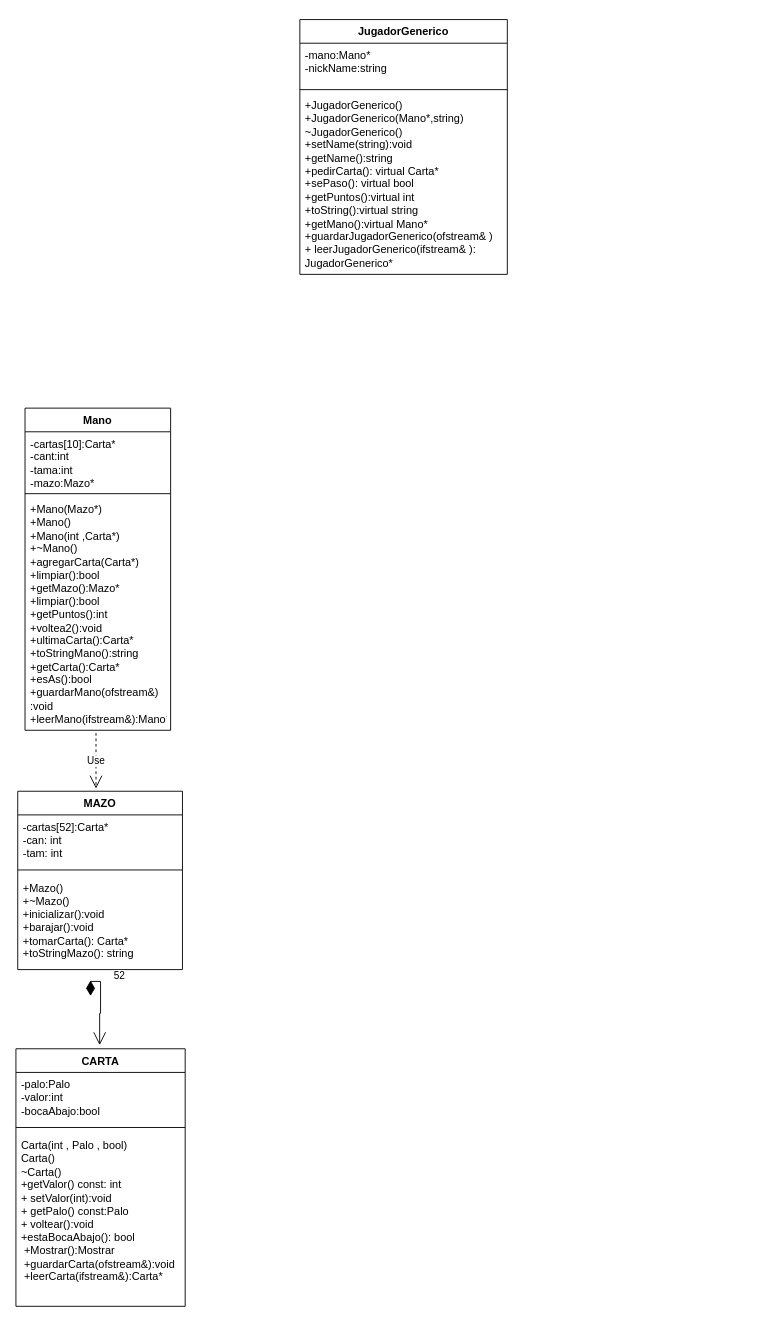
Before: page "Page-1" (1 of 2) of Proyecto p1 Blackjack/Diagrama sin título.drawio in KathSSs/Proyecto-p1-Blackjack, a draw.io diagram. Source tidied: cells renumbered, new cells numbered last; positions are measured from the earlier drawing's top-left corner, leaving out a move shared by most shapes. Both pictures are drawn from the tidied source at 91%, with x=0, y=0 at pixel (15, 19).
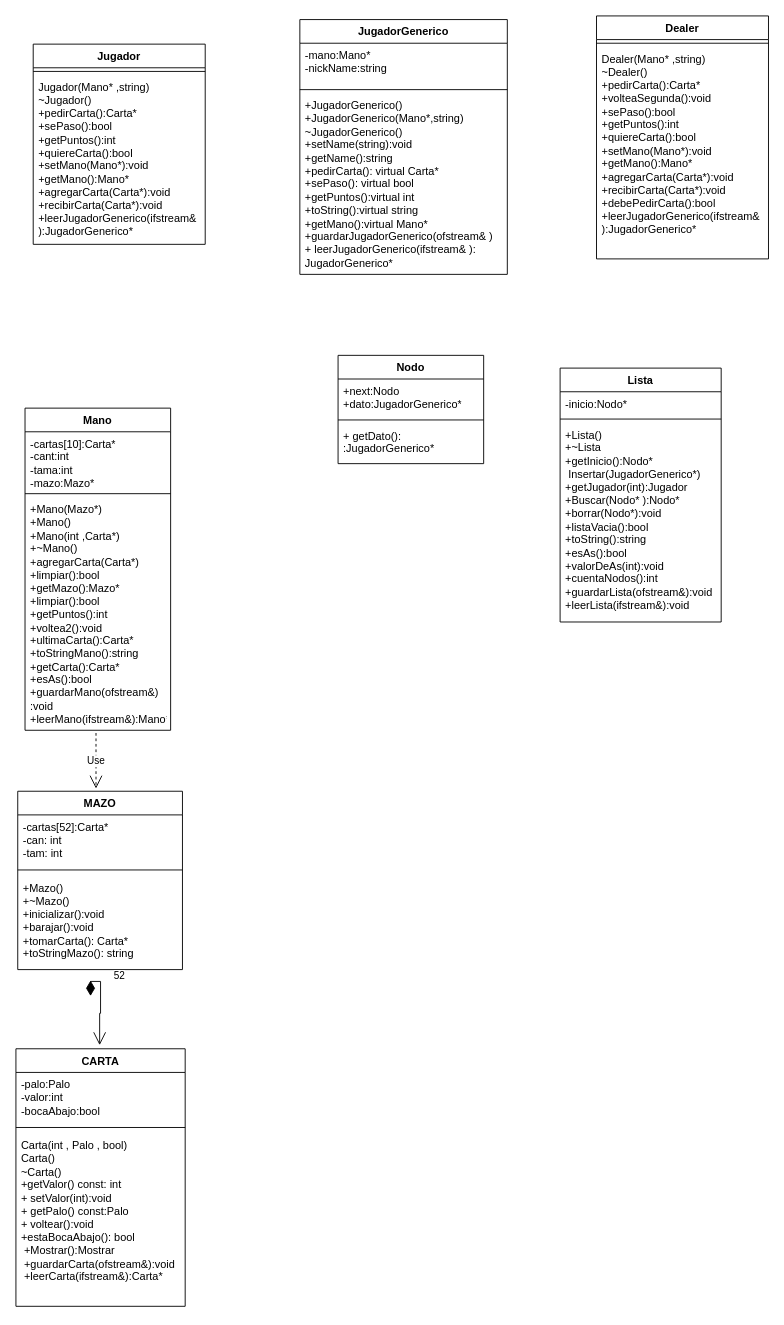
The same page after the edit.

Change to the diagram source:
```diff
@@
+    <mxCell id="20" value="Jugador" style="swimlane;fontStyle=1;align=center;verticalAlign=top;horizontal=1;startSize=26;whiteSpace=wrap;html=1;" parent="1" vertex="1">
+      <mxGeometry x="19" y="27" width="189" height="220" as="geometry" />
+    </mxCell>
+    <mxCell id="21" style="line;strokeWidth=1;fillColor=none;align=left;verticalAlign=middle;spacingTop=-1;spacingLeft=3;spacingRight=3;labelPosition=right;strokeColor=inherit;" parent="20" vertex="1">
+      <mxGeometry y="26" width="189" height="8" as="geometry" />
+    </mxCell>
+    <mxCell id="22" value="&lt;div&gt;Jugador(Mano* ,string)&lt;/div&gt;&lt;div&gt;~Jugador()&lt;/div&gt;&lt;div&gt;+pedirCarta():Carta*&lt;/div&gt;&lt;div&gt;+sePaso():bool&lt;/div&gt;&lt;div&gt;+getPuntos():int&lt;/div&gt;&lt;div&gt;+quiereCarta():bool&lt;/div&gt;&lt;div&gt;+setMano(Mano*):void&lt;/div&gt;&lt;div&gt;+getMano():Mano*&amp;nbsp;&lt;/div&gt;&lt;div&gt;+agregarCarta(Carta*):void&lt;/div&gt;&lt;div&gt;+recibirCarta(Carta*):void&lt;/div&gt;&lt;div&gt;+leerJugadorGenerico(ifstream&amp;amp; ):JugadorGenerico*&lt;/div&gt;&amp;nbsp;" style="text;strokeColor=none;fillColor=none;align=left;verticalAlign=top;spacingLeft=4;spacingRight=4;overflow=hidden;whiteSpace=wrap;html=1;" parent="20" vertex="1">
+      <mxGeometry y="34" width="189" height="186" as="geometry" />
+    </mxCell>
+    <mxCell id="23" value="Dealer" style="swimlane;fontStyle=1;align=center;verticalAlign=top;horizontal=1;startSize=26;whiteSpace=wrap;html=1;" parent="1" vertex="1">
+      <mxGeometry x="638" y="-4" width="189" height="267" as="geometry" />
+    </mxCell>
+    <mxCell id="24" style="line;strokeWidth=1;fillColor=none;align=left;verticalAlign=middle;spacingTop=-1;spacingLeft=3;spacingRight=3;labelPosition=right;strokeColor=inherit;" parent="23" vertex="1">
+      <mxGeometry y="26" width="189" height="8" as="geometry" />
+    </mxCell>
+    <mxCell id="25" value="&lt;div&gt;Dealer(Mano* ,string)&lt;/div&gt;&lt;div&gt;~Dealer()&lt;/div&gt;&lt;div&gt;+pedirCarta():Carta*&lt;/div&gt;&lt;div&gt;+volteaSegunda():void&lt;br&gt;&lt;/div&gt;&lt;div&gt;+sePaso():bool&lt;/div&gt;&lt;div&gt;+getPuntos():int&lt;/div&gt;&lt;div&gt;+quiereCarta():bool&lt;/div&gt;&lt;div&gt;+setMano(Mano*):void&lt;/div&gt;&lt;div&gt;+getMano():Mano*&amp;nbsp;&lt;/div&gt;&lt;div&gt;+agregarCarta(Carta*):void&lt;/div&gt;&lt;div&gt;+recibirCarta(Carta*):void&lt;/div&gt;&lt;div&gt;+debePedirCarta():bool&lt;/div&gt;&lt;div&gt;+leerJugadorGenerico(ifstream&amp;amp; ):JugadorGenerico*&lt;/div&gt;&amp;nbsp;" style="text;strokeColor=none;fillColor=none;align=left;verticalAlign=top;spacingLeft=4;spacingRight=4;overflow=hidden;whiteSpace=wrap;html=1;" parent="23" vertex="1">
+      <mxGeometry y="34" width="189" height="233" as="geometry" />
+    </mxCell>
+    <mxCell id="26" value="Nodo" style="swimlane;fontStyle=1;align=center;verticalAlign=top;horizontal=1;startSize=26;whiteSpace=wrap;html=1;" parent="1" vertex="1">
+      <mxGeometry x="354" y="369" width="160" height="119" as="geometry" />
+    </mxCell>
+    <mxCell id="27" value="+next:Nodo&lt;br&gt;+dato:JugadorGenerico*" style="text;strokeColor=none;fillColor=none;align=left;verticalAlign=top;spacingLeft=4;spacingRight=4;overflow=hidden;whiteSpace=wrap;html=1;" parent="26" vertex="1">
+      <mxGeometry y="26" width="160" height="41" as="geometry" />
+    </mxCell>
+    <mxCell id="28" style="line;strokeWidth=1;fillColor=none;align=left;verticalAlign=middle;spacingTop=-1;spacingLeft=3;spacingRight=3;labelPosition=right;strokeColor=inherit;" parent="26" vertex="1">
+      <mxGeometry y="67" width="160" height="8" as="geometry" />
+    </mxCell>
+    <mxCell id="29" value="+ getDato(): :&lt;span style=&quot;&quot;&gt;&lt;/span&gt;JugadorGenerico*" style="text;strokeColor=none;fillColor=none;align=left;verticalAlign=top;spacingLeft=4;spacingRight=4;overflow=hidden;whiteSpace=wrap;html=1;" parent="26" vertex="1">
+      <mxGeometry y="75" width="160" height="44" as="geometry" />
+    </mxCell>
+    <mxCell id="30" value="Lista" style="swimlane;fontStyle=1;align=center;verticalAlign=top;horizontal=1;startSize=26;whiteSpace=wrap;html=1;" parent="1" vertex="1">
+      <mxGeometry x="598" y="383" width="177" height="279" as="geometry" />
+    </mxCell>
+    <mxCell id="31" value="-inicio:Nodo*" style="text;strokeColor=none;fillColor=none;align=left;verticalAlign=top;spacingLeft=4;spacingRight=4;overflow=hidden;whiteSpace=wrap;html=1;" parent="30" vertex="1">
+      <mxGeometry y="26" width="177" height="26" as="geometry" />
+    </mxCell>
+    <mxCell id="32" style="line;strokeWidth=1;fillColor=none;align=left;verticalAlign=middle;spacingTop=-1;spacingLeft=3;spacingRight=3;labelPosition=right;strokeColor=inherit;" parent="30" vertex="1">
+      <mxGeometry y="52" width="177" height="8" as="geometry" />
+    </mxCell>
+    <mxCell id="33" value="&lt;div&gt;+Lista()&amp;nbsp;&lt;/div&gt;&lt;div&gt;+~Lista&lt;/div&gt;&lt;div&gt;&lt;span style=&quot;background-color: initial;&quot;&gt;+getInicio():Nodo*&lt;/span&gt;&lt;/div&gt;&lt;div&gt;&amp;nbsp;Insertar(JugadorGenerico*)&lt;/div&gt;&lt;div&gt;+getJugador(int):Jugador&lt;/div&gt;&lt;div&gt;+Buscar(Nodo* ):Nodo*&lt;/div&gt;&lt;div&gt;+borrar(Nodo*):void&lt;/div&gt;&lt;div&gt;+listaVacia():bool&lt;/div&gt;&lt;div&gt;+toString():string&lt;/div&gt;&lt;div&gt;+esAs():bool&lt;/div&gt;&lt;div&gt;+valorDeAs(int):void&lt;/div&gt;&lt;div&gt;+cuentaNodos():int&amp;nbsp;&lt;/div&gt;&lt;div&gt;+guardarLista(ofstream&amp;amp;):void&lt;/div&gt;&lt;div&gt;+leerLista(ifstream&amp;amp;):void&lt;/div&gt;" style="text;strokeColor=none;fillColor=none;align=left;verticalAlign=top;spacingLeft=4;spacingRight=4;overflow=hidden;whiteSpace=wrap;html=1;" parent="30" vertex="1">
+      <mxGeometry y="60" width="177" height="219" as="geometry" />
+    </mxCell>
```
